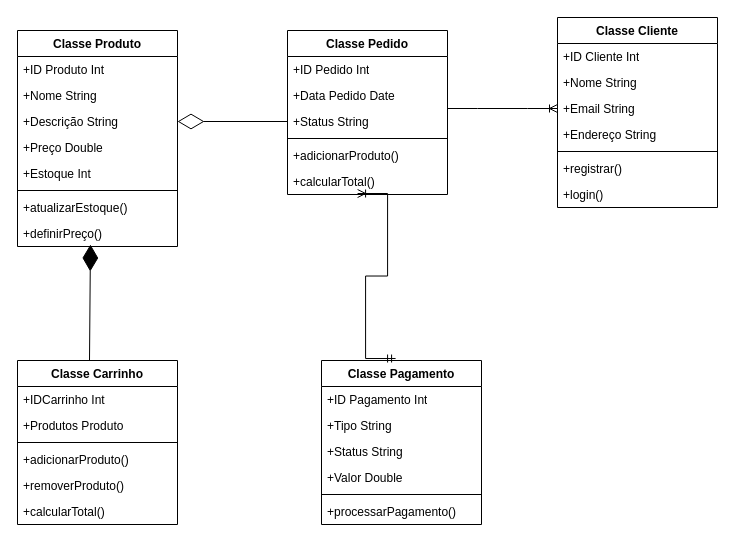
Earlier version of the draw.io diagram Diagrama sem nome.drawio (NatanFBagatoli/Exercicio-prova). Source tidied: cells renumbered, new cells numbered last; positions are measured from the earlier drawing's top-left corner, leaving out a move shared by most shapes. Both pictures are drawn from the tidied source at 100%, with x=0, y=0 at pixel (17, 17).
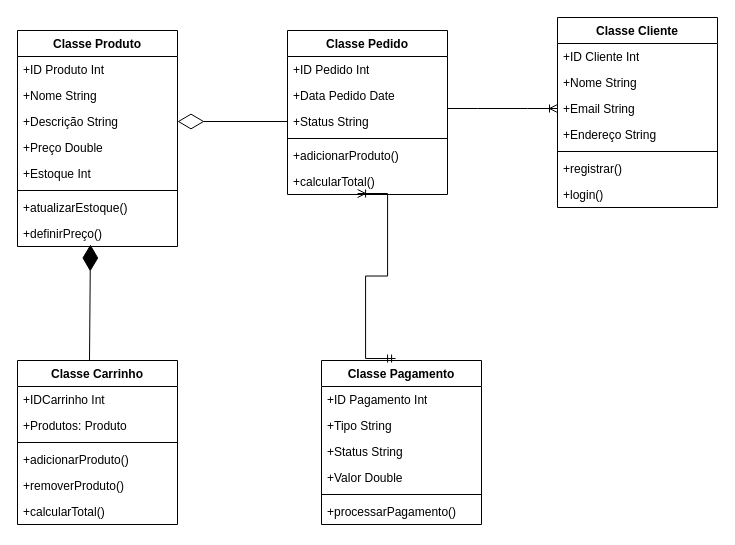
The same diagram, later.

Unchanged cells that the change refers to:
```xml
<mxCell id="26" value="Classe Carrinho" style="swimlane;fontStyle=1;align=center;verticalAlign=top;horizontal=1;startSize=26;whiteSpace=wrap;html=1;" parent="1" vertex="1">
  <mxGeometry y="343" width="160" height="164" as="geometry" />
</mxCell>
```

Change to the diagram source:
```diff
@@
-    <mxCell id="28" value="+Produtos Produto" style="text;strokeColor=none;fillColor=none;align=left;verticalAlign=top;spacingLeft=4;spacingRight=4;overflow=hidden;whiteSpace=wrap;html=1;" parent="26" vertex="1">
+    <mxCell id="28" value="+Produtos: Produto" style="text;strokeColor=none;fillColor=none;align=left;verticalAlign=top;spacingLeft=4;spacingRight=4;overflow=hidden;whiteSpace=wrap;html=1;" parent="26" vertex="1">
       <mxGeometry y="52" width="160" height="26" as="geometry" />
     </mxCell>
```
